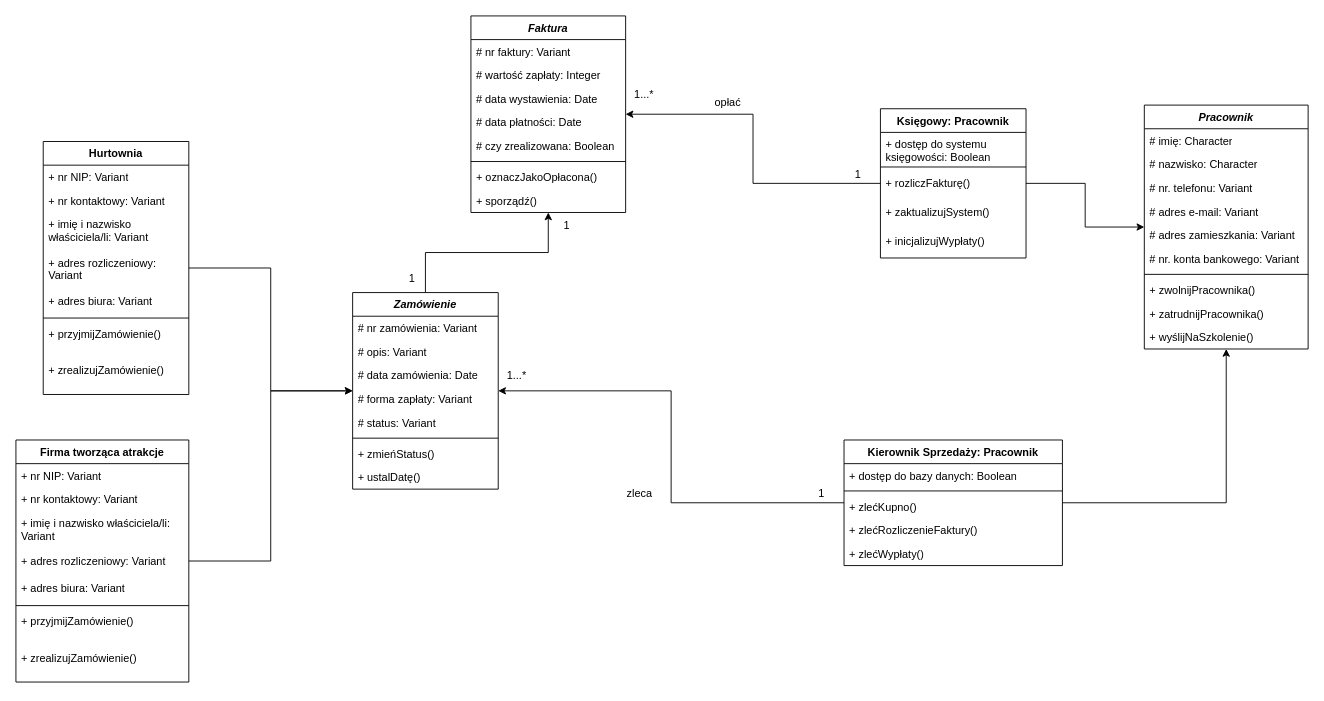
This is SPRnr4_2_2.drawio from WSZ17/175508_PSI_Projekt_i_Aktualizacje, a draw.io file, before an edit. Source tidied: cells renumbered, new cells numbered last; positions are measured from the earlier drawing's top-left corner, leaving out a move shared by most shapes. Both pictures are drawn from the tidied source at 91%, with x=0, y=0 at pixel (15, 15).
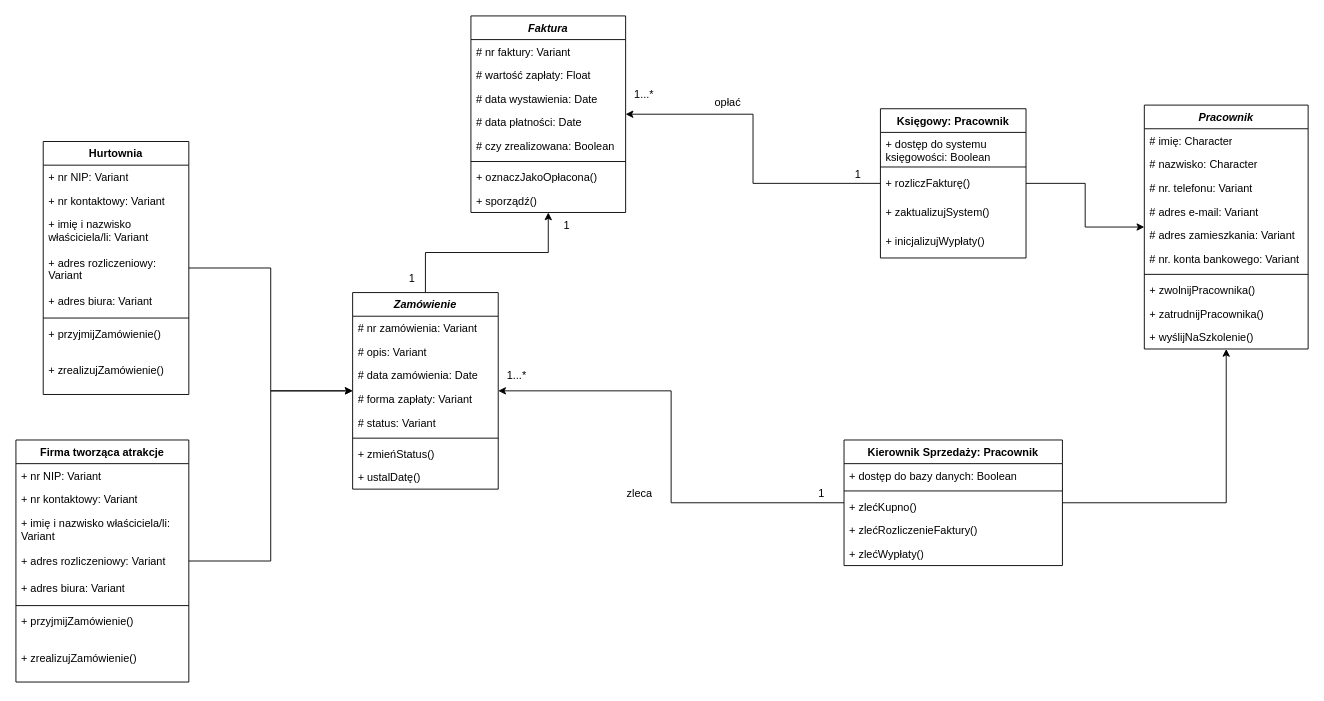
The same diagram, later.

Unchanged cells that the change refers to:
```xml
<mxCell id="60" value="&lt;i&gt;Faktura&lt;/i&gt;" style="swimlane;fontStyle=1;align=center;verticalAlign=top;horizontal=1;startSize=26;whiteSpace=wrap;html=1;" parent="1" vertex="1">
  <mxGeometry x="500" width="170" height="216" as="geometry" />
</mxCell>
```

Change to the diagram source:
```diff
@@
-    <mxCell id="62" value="# wartość zapłaty: Integer" style="text;strokeColor=none;fillColor=none;align=left;verticalAlign=top;spacingLeft=4;spacingRight=4;overflow=hidden;whiteSpace=wrap;html=1;" parent="60" vertex="1">
+    <mxCell id="62" value="# wartość zapłaty: Float" style="text;strokeColor=none;fillColor=none;align=left;verticalAlign=top;spacingLeft=4;spacingRight=4;overflow=hidden;whiteSpace=wrap;html=1;" parent="60" vertex="1">
       <mxGeometry y="52" width="170" height="26" as="geometry" />
     </mxCell>
```
